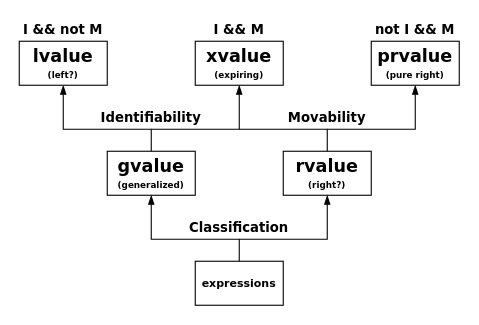
This is examples/section_03/lvalue_rvalue.drawio from i-s-m-mipt/Education, a draw.io file, before an edit. Source tidied: cells renumbered, new cells numbered last; positions are measured from the earlier drawing's top-left corner, leaving out a move shared by most shapes. Both pictures are drawn from the tidied source at 110%, with x=0, y=0 at pixel (19, 19).
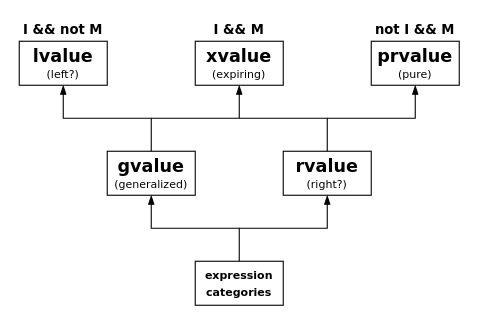
After the change.

Commit message (it also covers changes not shown here):
Обновлена схема lvalue_rvalue.

Diff of the diagram source:
```diff
@@
-    <mxCell id="2" value="&lt;font size=&quot;1&quot; face=&quot;Verdana&quot;&gt;&lt;b style=&quot;font-size: 8px;&quot;&gt;&lt;span style=&quot;font-size: 16px;&quot;&gt;prvalue&lt;/span&gt;&lt;br&gt;(pure right)&lt;br&gt;&lt;/b&gt;&lt;/font&gt;" style="rounded=0;whiteSpace=wrap;html=1;" parent="1" vertex="1">
+    <mxCell id="2" value="&lt;font style=&quot;&quot; face=&quot;Verdana&quot;&gt;&lt;span style=&quot;font-size: 16px; font-weight: bold;&quot;&gt;prvalue&lt;/span&gt;&lt;br&gt;&lt;font style=&quot;font-size: 10px;&quot;&gt;(pure)&lt;/font&gt;&lt;br&gt;&lt;/font&gt;" style="rounded=0;whiteSpace=wrap;html=1;" parent="1" vertex="1">
       <mxGeometry x="320" y="20" width="80" height="40" as="geometry" />
     </mxCell>
-    <mxCell id="3" value="&lt;font size=&quot;1&quot; face=&quot;Verdana&quot;&gt;&lt;b style=&quot;font-size: 8px;&quot;&gt;&lt;span style=&quot;font-size: 16px;&quot;&gt;xvalue&lt;/span&gt;&lt;br&gt;(expiring)&lt;br&gt;&lt;/b&gt;&lt;/font&gt;" style="rounded=0;whiteSpace=wrap;html=1;" parent="1" vertex="1">
+    <mxCell id="3" value="&lt;font style=&quot;&quot; face=&quot;Verdana&quot;&gt;&lt;span style=&quot;font-size: 16px; font-weight: bold;&quot;&gt;xvalue&lt;/span&gt;&lt;br&gt;&lt;font style=&quot;font-size: 10px;&quot;&gt;(expiring)&lt;/font&gt;&lt;br&gt;&lt;/font&gt;" style="rounded=0;whiteSpace=wrap;html=1;" parent="1" vertex="1">
       <mxGeometry x="160" y="20" width="80" height="40" as="geometry" />
     </mxCell>
-    <mxCell id="4" value="&lt;font size=&quot;1&quot; face=&quot;Verdana&quot;&gt;&lt;b style=&quot;font-size: 8px;&quot;&gt;&lt;span style=&quot;font-size: 16px;&quot;&gt;gvalue&lt;/span&gt;&lt;br&gt;(generalized)&lt;br&gt;&lt;/b&gt;&lt;/font&gt;" style="rounded=0;whiteSpace=wrap;html=1;" parent="1" vertex="1">
+    <mxCell id="4" value="&lt;font style=&quot;&quot; face=&quot;Verdana&quot;&gt;&lt;span style=&quot;font-size: 16px; font-weight: bold;&quot;&gt;gvalue&lt;/span&gt;&lt;br&gt;&lt;font style=&quot;font-size: 10px;&quot;&gt;(generalized)&lt;/font&gt;&lt;br&gt;&lt;/font&gt;" style="rounded=0;whiteSpace=wrap;html=1;" parent="1" vertex="1">
       <mxGeometry x="80" y="120" width="80" height="40" as="geometry" />
     </mxCell>
-    <mxCell id="5" value="&lt;font size=&quot;1&quot; face=&quot;Verdana&quot;&gt;&lt;b style=&quot;font-size: 8px;&quot;&gt;&lt;span style=&quot;font-size: 16px;&quot;&gt;rvalue&lt;/span&gt;&lt;br&gt;(right?)&lt;br&gt;&lt;/b&gt;&lt;/font&gt;" style="rounded=0;whiteSpace=wrap;html=1;" parent="1" vertex="1">
+    <mxCell id="5" value="&lt;font style=&quot;&quot; face=&quot;Verdana&quot;&gt;&lt;span style=&quot;font-size: 16px; font-weight: bold;&quot;&gt;rvalue&lt;/span&gt;&lt;br&gt;&lt;font style=&quot;font-size: 10px;&quot;&gt;(right?)&lt;/font&gt;&lt;br&gt;&lt;/font&gt;" style="rounded=0;whiteSpace=wrap;html=1;" parent="1" vertex="1">
       <mxGeometry x="240" y="120" width="80" height="40" as="geometry" />
     </mxCell>
     <mxCell id="6" style="endArrow=none;html=1;rounded=0;entryX=0.5;entryY=0;entryDx=0;entryDy=0;exitX=0.5;exitY=1;exitDx=0;exitDy=0;startArrow=blockThin;startFill=1;" parent="1" edge="1" source="10" target="4">
       <mxGeometry relative="1" as="geometry">
         <Array as="points">
-          <mxPoint x="40" y="100" />
-          <mxPoint x="120" y="100" />
+          <mxPoint x="40" y="90" />
+          <mxPoint x="120" y="90" />
         </Array>
       </mxGeometry>
     </mxCell>
     <mxCell id="7" style="endArrow=blockThin;html=1;rounded=0;entryX=0.5;entryY=1;entryDx=0;entryDy=0;endFill=1;" parent="1" edge="1" target="3">
       <mxGeometry relative="1" as="geometry">
-        <mxPoint x="120" y="100" as="sourcePoint" />
+        <mxPoint x="120" y="90" as="sourcePoint" />
         <Array as="points">
-          <mxPoint x="200" y="100" />
+          <mxPoint x="200" y="90" />
         </Array>
       </mxGeometry>
     </mxCell>
     <mxCell id="8" style="endArrow=none;html=1;rounded=0;entryX=0.5;entryY=0;entryDx=0;entryDy=0;" parent="1" edge="1" target="5">
       <mxGeometry relative="1" as="geometry">
-        <mxPoint x="200" y="100" as="sourcePoint" />
+        <mxPoint x="200" y="90" as="sourcePoint" />
         <Array as="points">
-          <mxPoint x="280" y="100" />
+          <mxPoint x="280" y="90" />
         </Array>
       </mxGeometry>
     </mxCell>
     <mxCell id="9" style="endArrow=blockThin;html=1;rounded=0;entryX=0.5;entryY=1;entryDx=0;entryDy=0;endFill=1;" parent="1" edge="1" target="2">
       <mxGeometry relative="1" as="geometry">
-        <mxPoint x="280" y="100" as="sourcePoint" />
+        <mxPoint x="280" y="90" as="sourcePoint" />
         <Array as="points">
-          <mxPoint x="360" y="100" />
+          <mxPoint x="360" y="90" />
         </Array>
       </mxGeometry>
     </mxCell>
-    <mxCell id="10" value="&lt;font size=&quot;1&quot; face=&quot;Verdana&quot;&gt;&lt;b style=&quot;font-size: 8px;&quot;&gt;&lt;span style=&quot;font-size: 16px;&quot;&gt;lvalue&lt;/span&gt;&lt;br&gt;(left?)&lt;br&gt;&lt;/b&gt;&lt;/font&gt;" style="rounded=0;whiteSpace=wrap;html=1;" parent="1" vertex="1">
+    <mxCell id="10" value="&lt;font style=&quot;&quot; face=&quot;Verdana&quot;&gt;&lt;span style=&quot;font-size: 16px; font-weight: bold;&quot;&gt;lvalue&lt;/span&gt;&lt;br&gt;&lt;font style=&quot;font-size: 10px;&quot;&gt;(left?)&lt;/font&gt;&lt;br&gt;&lt;/font&gt;" style="rounded=0;whiteSpace=wrap;html=1;" parent="1" vertex="1">
       <mxGeometry y="20" width="80" height="40" as="geometry" />
     </mxCell>
@@
-    <mxCell id="13" value="&lt;font size=&quot;1&quot; face=&quot;Verdana&quot;&gt;&lt;b style=&quot;&quot;&gt;expressions&lt;/b&gt;&lt;/font&gt;" style="rounded=0;whiteSpace=wrap;html=1;" parent="1" vertex="1">
+    <mxCell id="13" value="&lt;font size=&quot;1&quot; face=&quot;Verdana&quot;&gt;&lt;b style=&quot;&quot;&gt;expression&lt;br&gt;categories&lt;br&gt;&lt;/b&gt;&lt;/font&gt;" style="rounded=0;whiteSpace=wrap;html=1;" parent="1" vertex="1">
       <mxGeometry x="160" y="220" width="80" height="40" as="geometry" />
     </mxCell>
     <mxCell id="14" style="endArrow=blockThin;html=1;rounded=0;exitX=0.5;exitY=0;exitDx=0;exitDy=0;entryX=0.5;entryY=1;entryDx=0;entryDy=0;endFill=1;" parent="1" edge="1" source="13" target="4">
       <mxGeometry relative="1" as="geometry">
         <Array as="points">
-          <mxPoint x="200" y="200" />
-          <mxPoint x="120" y="200" />
+          <mxPoint x="200" y="190" />
+          <mxPoint x="120" y="190" />
         </Array>
       </mxGeometry>
     </mxCell>
     <mxCell id="15" style="endArrow=blockThin;html=1;rounded=0;entryX=0.5;entryY=1;entryDx=0;entryDy=0;endFill=1;" parent="1" edge="1" target="5">
       <mxGeometry relative="1" as="geometry">
-        <mxPoint x="200" y="200" as="sourcePoint" />
+        <mxPoint x="200" y="190" as="sourcePoint" />
         <Array as="points">
-          <mxPoint x="280" y="200" />
+          <mxPoint x="280" y="190" />
         </Array>
       </mxGeometry>
     </mxCell>
-    <mxCell id="16" value="&lt;font face=&quot;Verdana&quot;&gt;&lt;b&gt;Identifiability&lt;/b&gt;&lt;/font&gt;" style="text;html=1;strokeColor=none;fillColor=none;align=center;verticalAlign=middle;whiteSpace=wrap;rounded=0;" parent="1" vertex="1">
-      <mxGeometry x="40" y="80" width="160" height="20" as="geometry" />
-    </mxCell>
-    <mxCell id="17" value="&lt;b&gt;&lt;font face=&quot;Verdana&quot;&gt;Movability&lt;/font&gt;&lt;/b&gt;" style="text;html=1;strokeColor=none;fillColor=none;align=center;verticalAlign=middle;whiteSpace=wrap;rounded=0;" parent="1" vertex="1">
-      <mxGeometry x="200" y="80" width="160" height="20" as="geometry" />
-    </mxCell>
@@
-    <mxCell id="19" value="&lt;font face=&quot;Verdana&quot;&gt;&lt;b&gt;Classification&lt;/b&gt;&lt;/font&gt;" style="text;html=1;strokeColor=none;fillColor=none;align=center;verticalAlign=middle;whiteSpace=wrap;rounded=0;" parent="1" vertex="1">
-      <mxGeometry x="120" y="180" width="160" height="20" as="geometry" />
-    </mxCell>
```
